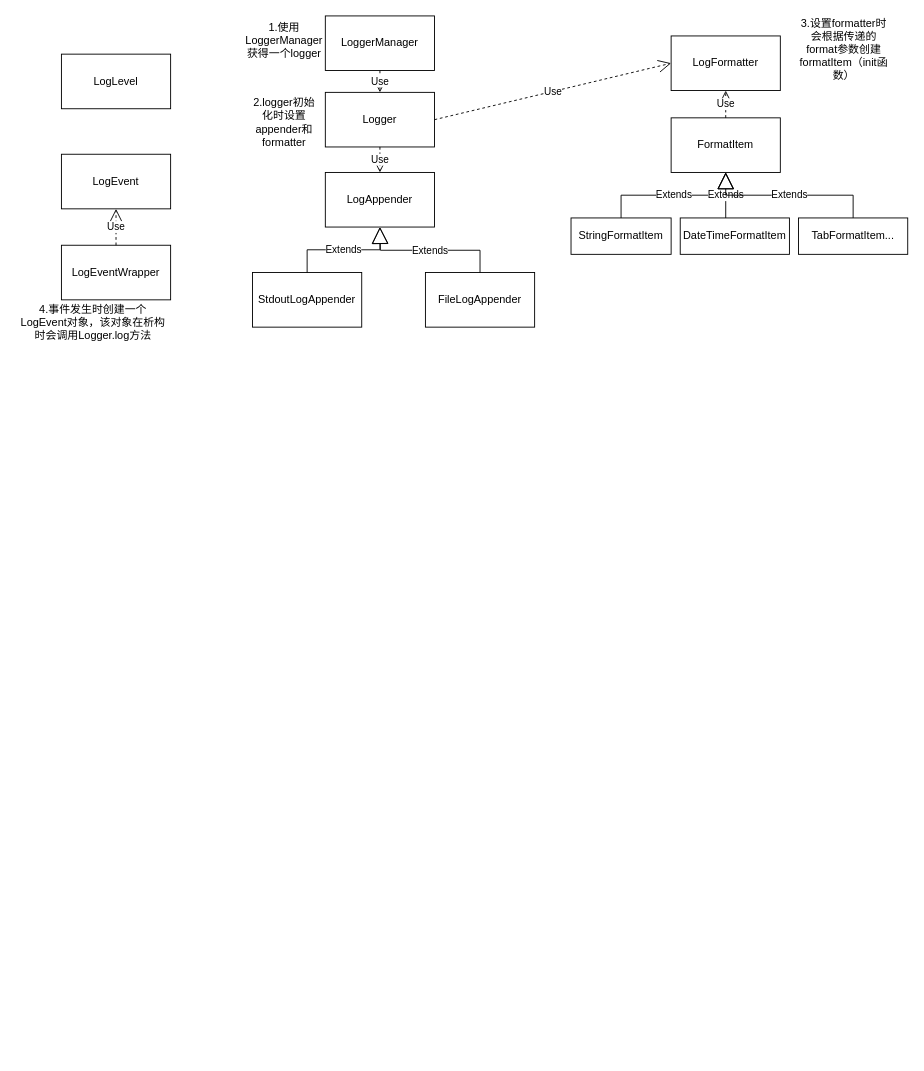
This is sylar.drawio from ksd11/charts, a draw.io file, before an edit. Source tidied: cells renumbered, new cells numbered last; positions are measured from the earlier drawing's top-left corner, leaving out a move shared by most shapes. Both pictures are drawn from the tidied source at 91%, with x=0, y=0 at pixel (15, 15).
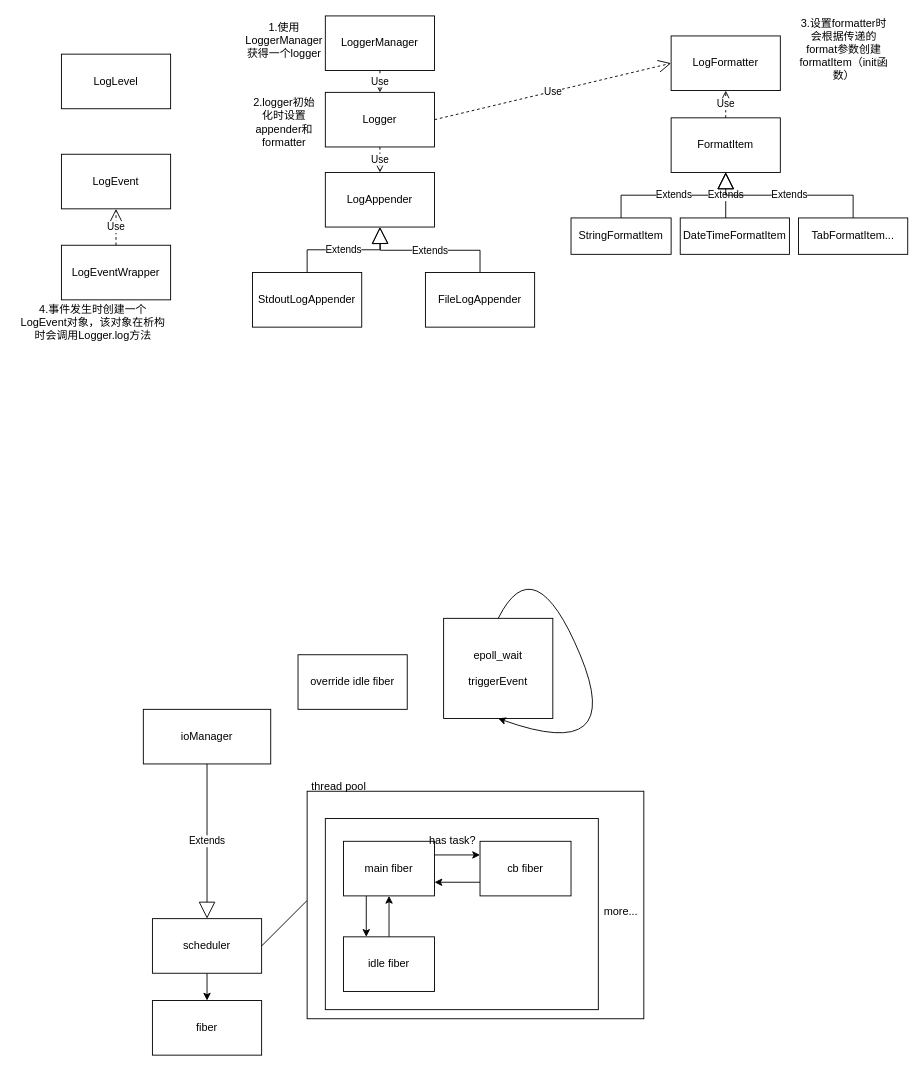
Above is the later version.

The edit, as a diff of the source:
```diff
@@
+    <mxCell id="29" value="fiber" style="rounded=0;whiteSpace=wrap;html=1;" parent="1" vertex="1">
+      <mxGeometry x="150" y="1082" width="120" height="60" as="geometry" />
+    </mxCell>
+    <mxCell id="30" style="edgeStyle=orthogonalEdgeStyle;rounded=0;jettySize=auto;html=1;exitX=0.5;exitY=1;exitDx=0;exitDy=0;entryX=0.5;entryY=0;entryDx=0;entryDy=0;" parent="1" edge="1" source="31" target="29">
+      <mxGeometry relative="1" as="geometry" />
+    </mxCell>
+    <mxCell id="31" value="scheduler" style="rounded=0;whiteSpace=wrap;html=1;" parent="1" vertex="1">
+      <mxGeometry x="150" y="992" width="120" height="60" as="geometry" />
+    </mxCell>
+    <mxCell id="32" style="endArrow=none;html=1;rounded=0;" parent="1" edge="1">
+      <mxGeometry relative="1" as="geometry">
+        <mxPoint x="270" y="1022" as="sourcePoint" />
+        <mxPoint x="320" y="972" as="targetPoint" />
+      </mxGeometry>
+    </mxCell>
+    <mxCell id="33" style="rounded=0;whiteSpace=wrap;html=1;" parent="1" vertex="1">
+      <mxGeometry x="320" y="852" width="370" height="250" as="geometry" />
+    </mxCell>
+    <mxCell id="34" style="rounded=0;whiteSpace=wrap;html=1;" parent="1" vertex="1">
+      <mxGeometry x="340" y="882" width="300" height="210" as="geometry" />
+    </mxCell>
+    <mxCell id="35" value="more..." style="text;html=1;align=center;verticalAlign=middle;whiteSpace=wrap;rounded=0;" parent="1" vertex="1">
+      <mxGeometry x="635" y="969.5" width="60" height="30" as="geometry" />
+    </mxCell>
+    <mxCell id="36" value="thread pool" style="text;html=1;align=center;verticalAlign=middle;whiteSpace=wrap;rounded=0;" parent="1" vertex="1">
+      <mxGeometry x="310" y="832" width="90" height="30" as="geometry" />
+    </mxCell>
+    <mxCell id="37" style="edgeStyle=orthogonalEdgeStyle;rounded=0;jettySize=auto;html=1;exitX=1;exitY=0.25;exitDx=0;exitDy=0;entryX=0;entryY=0.25;entryDx=0;entryDy=0;" parent="1" edge="1" source="39" target="43">
+      <mxGeometry relative="1" as="geometry" />
+    </mxCell>
+    <mxCell id="38" style="edgeStyle=orthogonalEdgeStyle;rounded=0;jettySize=auto;html=1;exitX=0.25;exitY=1;exitDx=0;exitDy=0;entryX=0.25;entryY=0;entryDx=0;entryDy=0;" parent="1" edge="1" source="39" target="41">
+      <mxGeometry relative="1" as="geometry" />
+    </mxCell>
+    <mxCell id="39" value="main fiber" style="rounded=0;whiteSpace=wrap;html=1;" parent="1" vertex="1">
+      <mxGeometry x="360" y="907" width="100" height="60" as="geometry" />
+    </mxCell>
+    <mxCell id="40" style="edgeStyle=orthogonalEdgeStyle;rounded=0;jettySize=auto;html=1;exitX=0.5;exitY=0;exitDx=0;exitDy=0;entryX=0.5;entryY=1;entryDx=0;entryDy=0;" parent="1" edge="1" source="41" target="39">
+      <mxGeometry relative="1" as="geometry" />
+    </mxCell>
+    <mxCell id="41" value="idle fiber" style="rounded=0;whiteSpace=wrap;html=1;" parent="1" vertex="1">
+      <mxGeometry x="360" y="1012" width="100" height="60" as="geometry" />
+    </mxCell>
+    <mxCell id="42" style="edgeStyle=orthogonalEdgeStyle;rounded=0;jettySize=auto;html=1;exitX=0;exitY=0.75;exitDx=0;exitDy=0;entryX=1;entryY=0.75;entryDx=0;entryDy=0;" parent="1" edge="1" source="43" target="39">
+      <mxGeometry relative="1" as="geometry" />
+    </mxCell>
+    <mxCell id="43" value="cb fiber" style="rounded=0;whiteSpace=wrap;html=1;" parent="1" vertex="1">
+      <mxGeometry x="510" y="907" width="100" height="60" as="geometry" />
+    </mxCell>
+    <mxCell id="44" value="has task?" style="text;html=1;align=center;verticalAlign=middle;whiteSpace=wrap;rounded=0;" parent="1" vertex="1">
+      <mxGeometry x="450" y="892" width="60" height="30" as="geometry" />
+    </mxCell>
+    <mxCell id="45" value="override idle fiber" style="rounded=0;whiteSpace=wrap;html=1;" parent="1" vertex="1">
+      <mxGeometry x="310" y="702" width="120" height="60" as="geometry" />
+    </mxCell>
+    <mxCell id="46" value="ioManager" style="rounded=0;whiteSpace=wrap;html=1;" parent="1" vertex="1">
+      <mxGeometry x="140" y="762" width="140" height="60" as="geometry" />
+    </mxCell>
+    <mxCell id="47" value="Extends" style="endArrow=block;endSize=16;endFill=0;html=1;rounded=0;entryX=0.5;entryY=0;entryDx=0;entryDy=0;exitX=0.5;exitY=1;exitDx=0;exitDy=0;" parent="1" edge="1" source="46" target="31">
+      <mxGeometry relative="1" as="geometry" />
+    </mxCell>
+    <mxCell id="48" value="epoll_wait&lt;div&gt;&lt;br&gt;&lt;div&gt;triggerEvent&lt;/div&gt;&lt;/div&gt;" style="rounded=0;whiteSpace=wrap;html=1;" parent="1" vertex="1">
+      <mxGeometry x="470" y="662" width="120" height="110" as="geometry" />
+    </mxCell>
+    <mxCell id="49" style="curved=1;endArrow=classic;html=1;rounded=0;exitX=0.5;exitY=0;exitDx=0;exitDy=0;entryX=0.5;entryY=1;entryDx=0;entryDy=0;" parent="1" edge="1" source="48" target="48">
+      <mxGeometry relative="1" as="geometry">
+        <Array as="points">
+          <mxPoint x="570" y="582" />
+          <mxPoint x="670" y="822" />
+        </Array>
+      </mxGeometry>
+    </mxCell>
```
